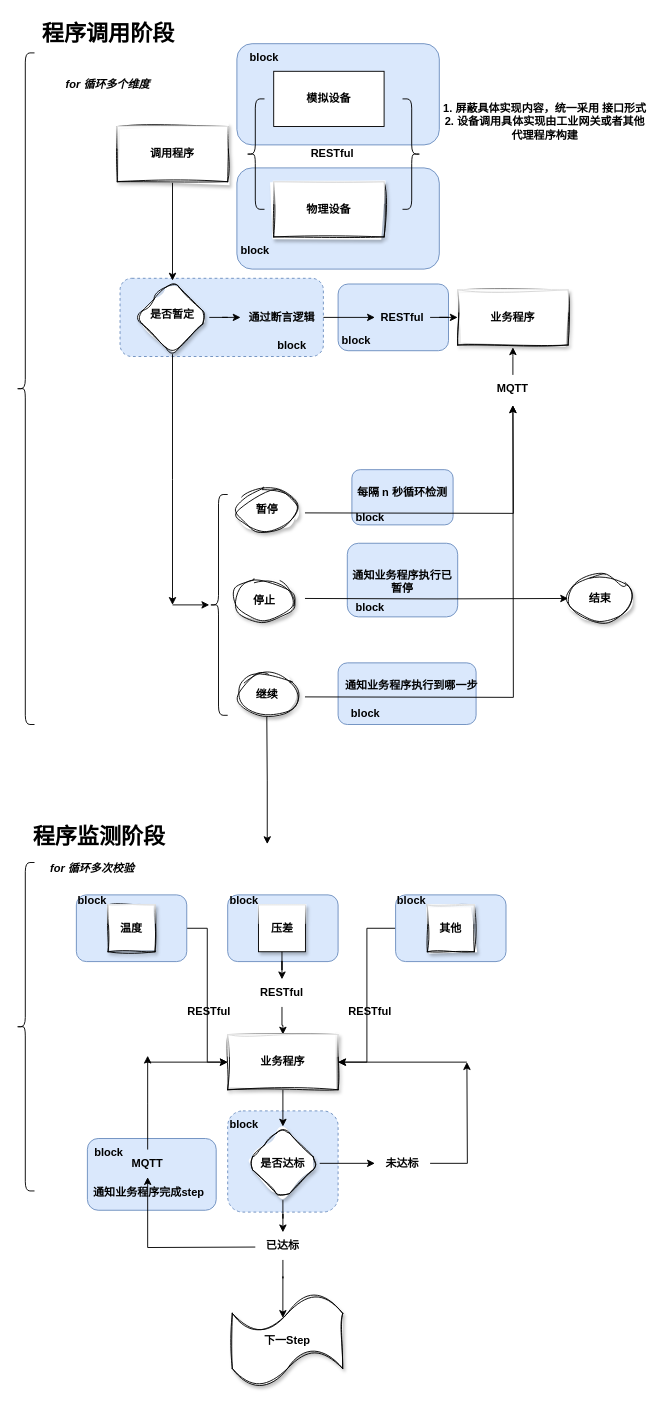
Before: blockly-block功能点.drawio in liz2m/draw.images, a draw.io diagram. Source tidied: cells renumbered, new cells numbered last; positions are measured from the earlier drawing's top-left corner, leaving out a move shared by most shapes. Both pictures are drawn from the tidied source at 92%, with x=0, y=0 at pixel (16, 16).
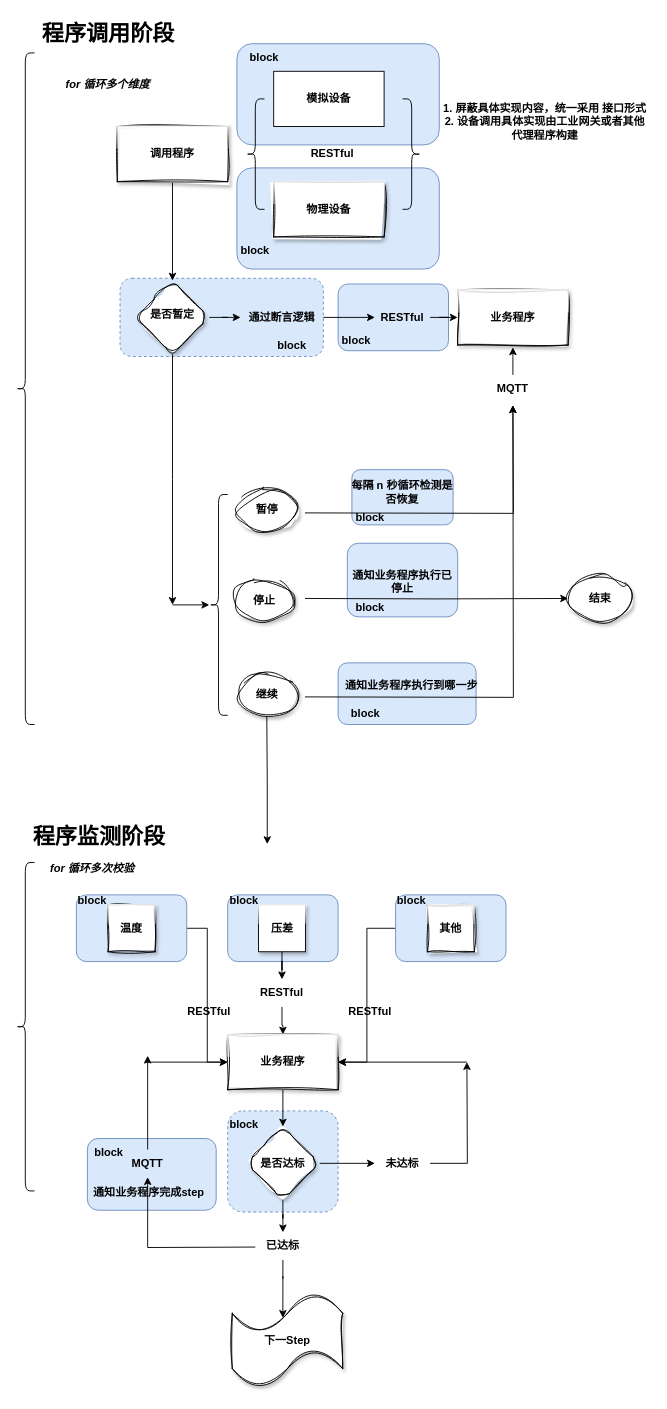
The same page after the edit.

Commit message (it also covers changes not shown here):
更新blockly-block功能点.drawio

Diff of the diagram source:
```diff
@@
-    <mxCell id="31" value="每隔 n 秒循环检测" style="text;html=1;strokeColor=none;fillColor=none;align=center;verticalAlign=middle;whiteSpace=wrap;rounded=0;fontStyle=1;" parent="1" vertex="1">
+    <mxCell id="31" value="每隔 n 秒循环检测是否恢复" style="text;html=1;strokeColor=none;fillColor=none;align=center;verticalAlign=middle;whiteSpace=wrap;rounded=0;fontStyle=1;" parent="1" vertex="1">
       <mxGeometry x="360" y="503" width="120" height="30" as="geometry" />
     </mxCell>
@@
-    <mxCell id="38" value="通知业务程序执行已暂停" style="text;html=1;strokeColor=none;fillColor=none;align=center;verticalAlign=middle;whiteSpace=wrap;rounded=0;fontStyle=1;" parent="1" vertex="1">
+    <mxCell id="38" value="通知业务程序执行已停止" style="text;html=1;strokeColor=none;fillColor=none;align=center;verticalAlign=middle;whiteSpace=wrap;rounded=0;fontStyle=1;" parent="1" vertex="1">
       <mxGeometry x="360" y="600" width="120" height="30" as="geometry" />
     </mxCell>
```
